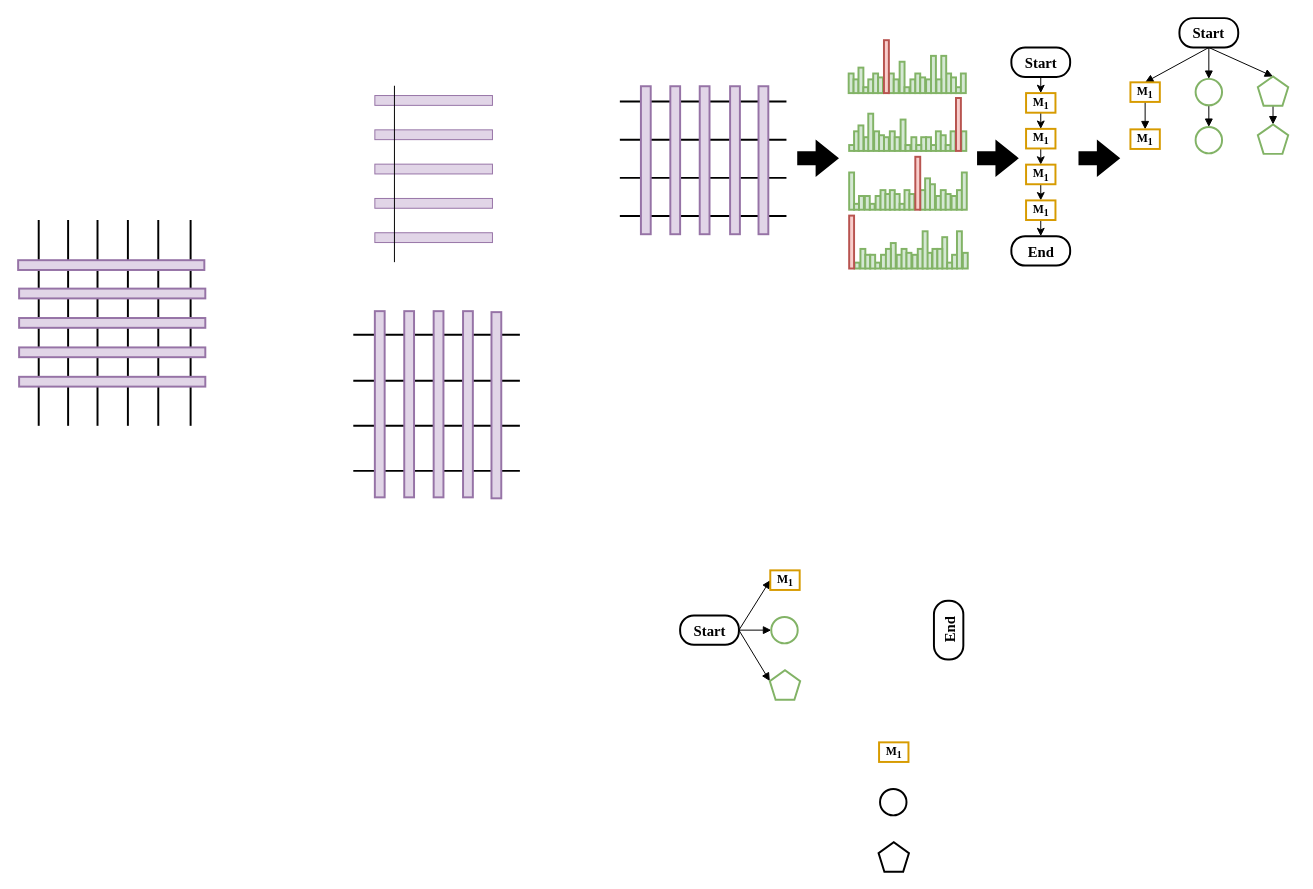
Before: 复杂.drawio in chenjgui/Flow-chat, a draw.io diagram. Source tidied: cells renumbered, new cells numbered last; positions are measured from the earlier drawing's top-left corner, leaving out a move shared by most shapes. Both pictures are drawn from the tidied source at 98%, with x=0, y=0 at pixel (-37, 18).
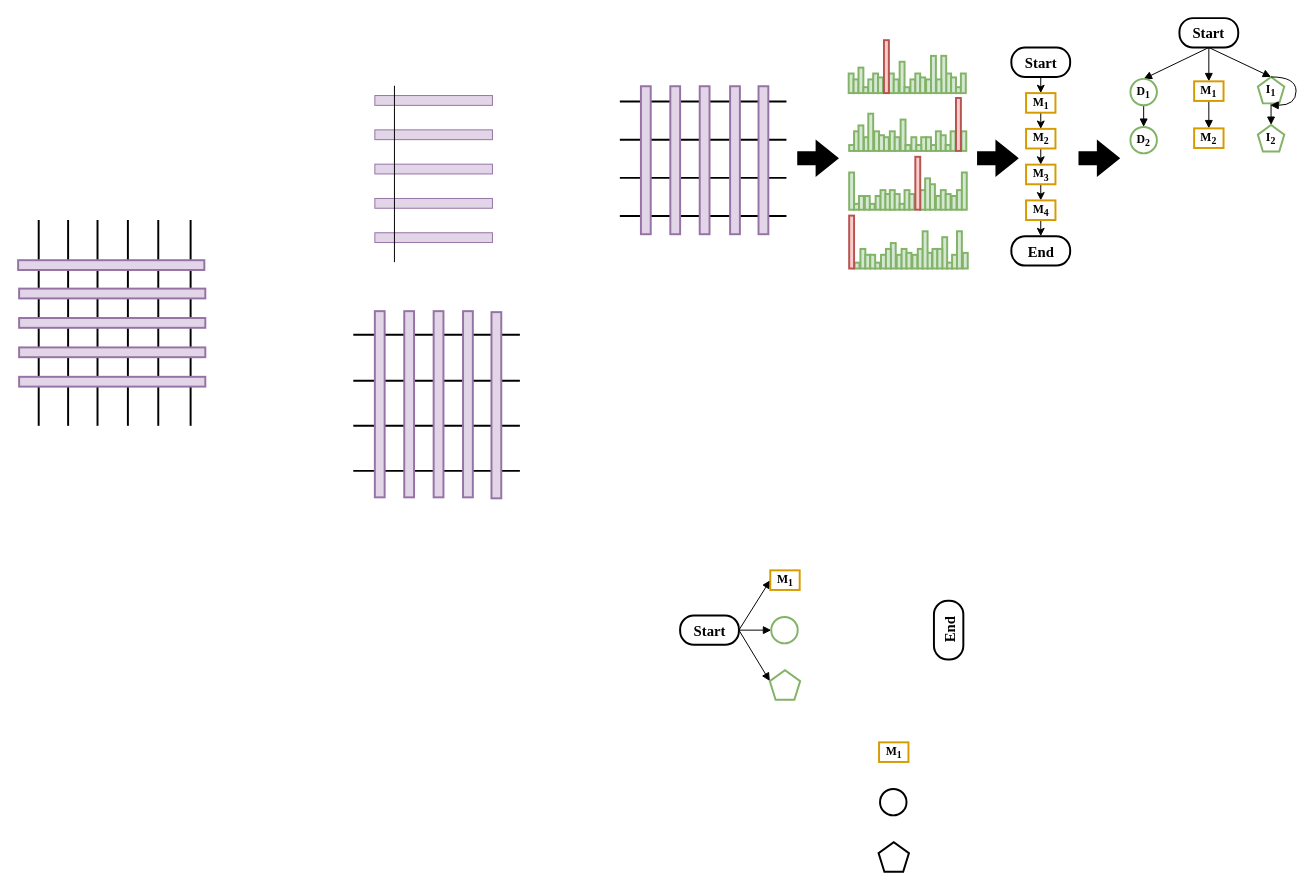
Above is the later version.

The change refers to these unchanged cells:
```xml
<mxCell id="158" value="&lt;font style=&quot;font-size: 15px&quot; face=&quot;Times New Roman&quot;&gt;Start&lt;/font&gt;" style="rounded=1;whiteSpace=wrap;html=1;arcSize=47;strokeWidth=2;fontStyle=1;rotation=0;" parent="1" vertex="1">
  <mxGeometry x="1241" width="60" height="30" as="geometry" />
</mxCell>
```

The edit, as a diff of the source:
```diff
@@
-    <mxCell id="126" value="&lt;font face=&quot;Times New Roman&quot;&gt;M&lt;sub&gt;1&lt;/sub&gt;&lt;/font&gt;" style="rounded=0;whiteSpace=wrap;html=1;fillColor=#FFFFFF;strokeColor=#d79b00;strokeWidth=2;fontStyle=1;" parent="1" vertex="1">
+    <mxCell id="126" value="&lt;font face=&quot;Times New Roman&quot;&gt;M&lt;sub&gt;2&lt;/sub&gt;&lt;/font&gt;" style="rounded=0;whiteSpace=wrap;html=1;fillColor=#FFFFFF;strokeColor=#d79b00;strokeWidth=2;fontStyle=1;" parent="1" vertex="1">
       <mxGeometry x="1084.5" y="113" width="30" height="20" as="geometry" />
     </mxCell>
@@
-    <mxCell id="128" value="&lt;font face=&quot;Times New Roman&quot;&gt;M&lt;sub&gt;1&lt;/sub&gt;&lt;/font&gt;" style="rounded=0;whiteSpace=wrap;html=1;fillColor=#FFFFFF;strokeColor=#d79b00;strokeWidth=2;fontStyle=1;" parent="1" vertex="1">
+    <mxCell id="128" value="&lt;font face=&quot;Times New Roman&quot;&gt;M&lt;sub&gt;3&lt;/sub&gt;&lt;/font&gt;" style="rounded=0;whiteSpace=wrap;html=1;fillColor=#FFFFFF;strokeColor=#d79b00;strokeWidth=2;fontStyle=1;" parent="1" vertex="1">
       <mxGeometry x="1084.5" y="149.5" width="30" height="20" as="geometry" />
     </mxCell>
@@
-    <mxCell id="130" value="&lt;font face=&quot;Times New Roman&quot;&gt;M&lt;sub&gt;1&lt;/sub&gt;&lt;/font&gt;" style="rounded=0;whiteSpace=wrap;html=1;fillColor=#FFFFFF;strokeColor=#d79b00;strokeWidth=2;fontStyle=1;" parent="1" vertex="1">
+    <mxCell id="130" value="&lt;font face=&quot;Times New Roman&quot;&gt;M&lt;sub&gt;4&lt;/sub&gt;&lt;/font&gt;" style="rounded=0;whiteSpace=wrap;html=1;fillColor=#FFFFFF;strokeColor=#d79b00;strokeWidth=2;fontStyle=1;" parent="1" vertex="1">
       <mxGeometry x="1084.5" y="186" width="30" height="20" as="geometry" />
     </mxCell>
@@
-    <mxCell id="155" style="edgeStyle=none;rounded=0;jettySize=auto;html=1;exitX=0.5;exitY=1;exitDx=0;exitDy=0;entryX=0.5;entryY=0;entryDx=0;entryDy=0;endArrow=block;endFill=1;" parent="1" edge="1" source="158" target="162">
-      <mxGeometry relative="1" as="geometry" />
-    </mxCell>
-    <mxCell id="156" style="edgeStyle=none;rounded=0;jettySize=auto;html=1;exitX=0.5;exitY=1;exitDx=0;exitDy=0;entryX=0.5;entryY=0;entryDx=0;entryDy=0;endArrow=block;endFill=1;" parent="1" edge="1" source="158" target="160">
-      <mxGeometry relative="1" as="geometry" />
-    </mxCell>
@@
+    <mxCell id="168" style="rounded=0;jettySize=auto;html=1;exitX=0.5;exitY=1;exitDx=0;exitDy=0;entryX=0.5;entryY=0;entryDx=0;entryDy=0;endArrow=block;endFill=1;fontFamily=Times New Roman;" parent="1" edge="1" source="158" target="172">
+      <mxGeometry relative="1" as="geometry" />
+    </mxCell>
+    <mxCell id="169" style="edgeStyle=none;rounded=0;jettySize=auto;html=1;exitX=0.5;exitY=1;exitDx=0;exitDy=0;entryX=0.5;entryY=0;entryDx=0;entryDy=0;endArrow=block;endFill=1;fontFamily=Times New Roman;" parent="1" edge="1" source="158" target="175">
+      <mxGeometry relative="1" as="geometry" />
+    </mxCell>
@@
-    <mxCell id="159" style="edgeStyle=none;rounded=0;jettySize=auto;html=1;exitX=0.5;exitY=1;exitDx=0;exitDy=0;entryX=0.5;entryY=0;entryDx=0;entryDy=0;endArrow=block;endFill=1;" parent="1" edge="1" source="160" target="165">
-      <mxGeometry relative="1" as="geometry" />
-    </mxCell>
-    <mxCell id="160" value="&lt;font face=&quot;Times New Roman&quot;&gt;M&lt;sub&gt;1&lt;/sub&gt;&lt;/font&gt;" style="rounded=0;whiteSpace=wrap;html=1;fillColor=#FFFFFF;strokeColor=#d79b00;strokeWidth=2;fontStyle=1;rotation=0;" parent="1" vertex="1">
-      <mxGeometry x="1191" y="65.5" width="30" height="20" as="geometry" />
-    </mxCell>
-    <mxCell id="161" style="edgeStyle=none;rounded=0;jettySize=auto;html=1;exitX=0.5;exitY=1;exitDx=0;exitDy=0;endArrow=block;endFill=1;" parent="1" edge="1" source="162" target="166">
-      <mxGeometry relative="1" as="geometry" />
-    </mxCell>
-    <mxCell id="162" style="ellipse;whiteSpace=wrap;html=1;strokeWidth=2;fillColor=#FFFFFF;strokeColor=#82b366;" parent="1" vertex="1">
-      <mxGeometry x="1257.5" y="62" width="27" height="27" as="geometry" />
-    </mxCell>
@@
-    <mxCell id="164" style="whiteSpace=wrap;html=1;shape=mxgraph.basic.pentagon;strokeWidth=2;fillColor=#FFFFFF;strokeColor=#82B366;" parent="1" vertex="1">
-      <mxGeometry x="1321" y="59.5" width="31" height="30" as="geometry" />
+    <mxCell id="164" value="&lt;font face=&quot;Times New Roman&quot;&gt;&lt;b&gt;I&lt;sub&gt;1&lt;/sub&gt;&lt;/b&gt;&lt;/font&gt;" style="whiteSpace=wrap;html=1;shape=mxgraph.basic.pentagon;strokeWidth=2;fillColor=#FFFFFF;strokeColor=#82B366;" parent="1" vertex="1">
+      <mxGeometry x="1321" y="60" width="27" height="27" as="geometry" />
     </mxCell>
-    <mxCell id="165" value="&lt;font face=&quot;Times New Roman&quot;&gt;M&lt;sub&gt;1&lt;/sub&gt;&lt;/font&gt;" style="rounded=0;whiteSpace=wrap;html=1;fillColor=#FFFFFF;strokeColor=#d79b00;strokeWidth=2;fontStyle=1;rotation=0;" parent="1" vertex="1">
-      <mxGeometry x="1191" y="113.5" width="30" height="20" as="geometry" />
-    </mxCell>
-    <mxCell id="166" style="ellipse;whiteSpace=wrap;html=1;strokeWidth=2;fillColor=#FFFFFF;strokeColor=#82b366;" parent="1" vertex="1">
-      <mxGeometry x="1257.5" y="111" width="27" height="27" as="geometry" />
-    </mxCell>
-    <mxCell id="167" style="whiteSpace=wrap;html=1;shape=mxgraph.basic.pentagon;strokeWidth=2;fillColor=#FFFFFF;strokeColor=#82B366;" parent="1" vertex="1">
-      <mxGeometry x="1321" y="108.5" width="31" height="30" as="geometry" />
+    <mxCell id="167" value="&lt;b style=&quot;font-family: &amp;#34;times new roman&amp;#34; ; white-space: normal&quot;&gt;I&lt;sub&gt;2&lt;/sub&gt;&lt;/b&gt;" style="whiteSpace=wrap;html=1;shape=mxgraph.basic.pentagon;strokeWidth=2;fillColor=#FFFFFF;strokeColor=#82B366;" parent="1" vertex="1">
+      <mxGeometry x="1321" y="109" width="27" height="27" as="geometry" />
     </mxCell>
+    <mxCell id="170" style="edgeStyle=orthogonalEdgeStyle;rounded=0;orthogonalLoop=1;jettySize=auto;html=1;exitX=0.5;exitY=0;exitDx=0;exitDy=0;exitPerimeter=0;entryX=0.473;entryY=1.072;entryDx=0;entryDy=0;entryPerimeter=0;endArrow=block;endFill=1;fontFamily=Times New Roman;curved=1;" parent="1" edge="1" source="164" target="164">
+      <mxGeometry relative="1" as="geometry">
+        <Array as="points">
+          <mxPoint x="1360" y="60" />
+          <mxPoint x="1360" y="89" />
+        </Array>
+      </mxGeometry>
+    </mxCell>
+    <mxCell id="171" style="edgeStyle=none;rounded=0;jettySize=auto;html=1;exitX=0.5;exitY=1;exitDx=0;exitDy=0;entryX=0.5;entryY=0;entryDx=0;entryDy=0;endArrow=block;endFill=1;" parent="1" edge="1" source="172" target="173">
+      <mxGeometry relative="1" as="geometry" />
+    </mxCell>
+    <mxCell id="172" value="&lt;font face=&quot;Times New Roman&quot;&gt;M&lt;sub&gt;1&lt;/sub&gt;&lt;/font&gt;" style="rounded=0;whiteSpace=wrap;html=1;fillColor=#FFFFFF;strokeColor=#d79b00;strokeWidth=2;fontStyle=1;rotation=0;" parent="1" vertex="1">
+      <mxGeometry x="1256" y="64.5" width="30" height="20" as="geometry" />
+    </mxCell>
+    <mxCell id="173" value="&lt;font face=&quot;Times New Roman&quot;&gt;M&lt;sub&gt;2&lt;/sub&gt;&lt;/font&gt;" style="rounded=0;whiteSpace=wrap;html=1;fillColor=#FFFFFF;strokeColor=#d79b00;strokeWidth=2;fontStyle=1;rotation=0;" parent="1" vertex="1">
+      <mxGeometry x="1256" y="112.5" width="30" height="20" as="geometry" />
+    </mxCell>
+    <mxCell id="174" style="edgeStyle=none;rounded=0;jettySize=auto;html=1;exitX=0.5;exitY=1;exitDx=0;exitDy=0;endArrow=block;endFill=1;" parent="1" edge="1" source="175" target="176">
+      <mxGeometry relative="1" as="geometry" />
+    </mxCell>
+    <mxCell id="175" value="&lt;b&gt;D&lt;sub&gt;1&lt;/sub&gt;&lt;/b&gt;" style="ellipse;whiteSpace=wrap;html=1;strokeWidth=2;fillColor=#FFFFFF;strokeColor=#82b366;fontFamily=Times New Roman;" parent="1" vertex="1">
+      <mxGeometry x="1191" y="62" width="27" height="27" as="geometry" />
+    </mxCell>
+    <mxCell id="176" value="&lt;b style=&quot;font-family: &amp;#34;times new roman&amp;#34; ; white-space: normal&quot;&gt;D&lt;sub&gt;2&lt;/sub&gt;&lt;/b&gt;" style="ellipse;whiteSpace=wrap;html=1;strokeWidth=2;fillColor=#FFFFFF;strokeColor=#82b366;" parent="1" vertex="1">
+      <mxGeometry x="1191" y="111" width="27" height="27" as="geometry" />
+    </mxCell>
```
